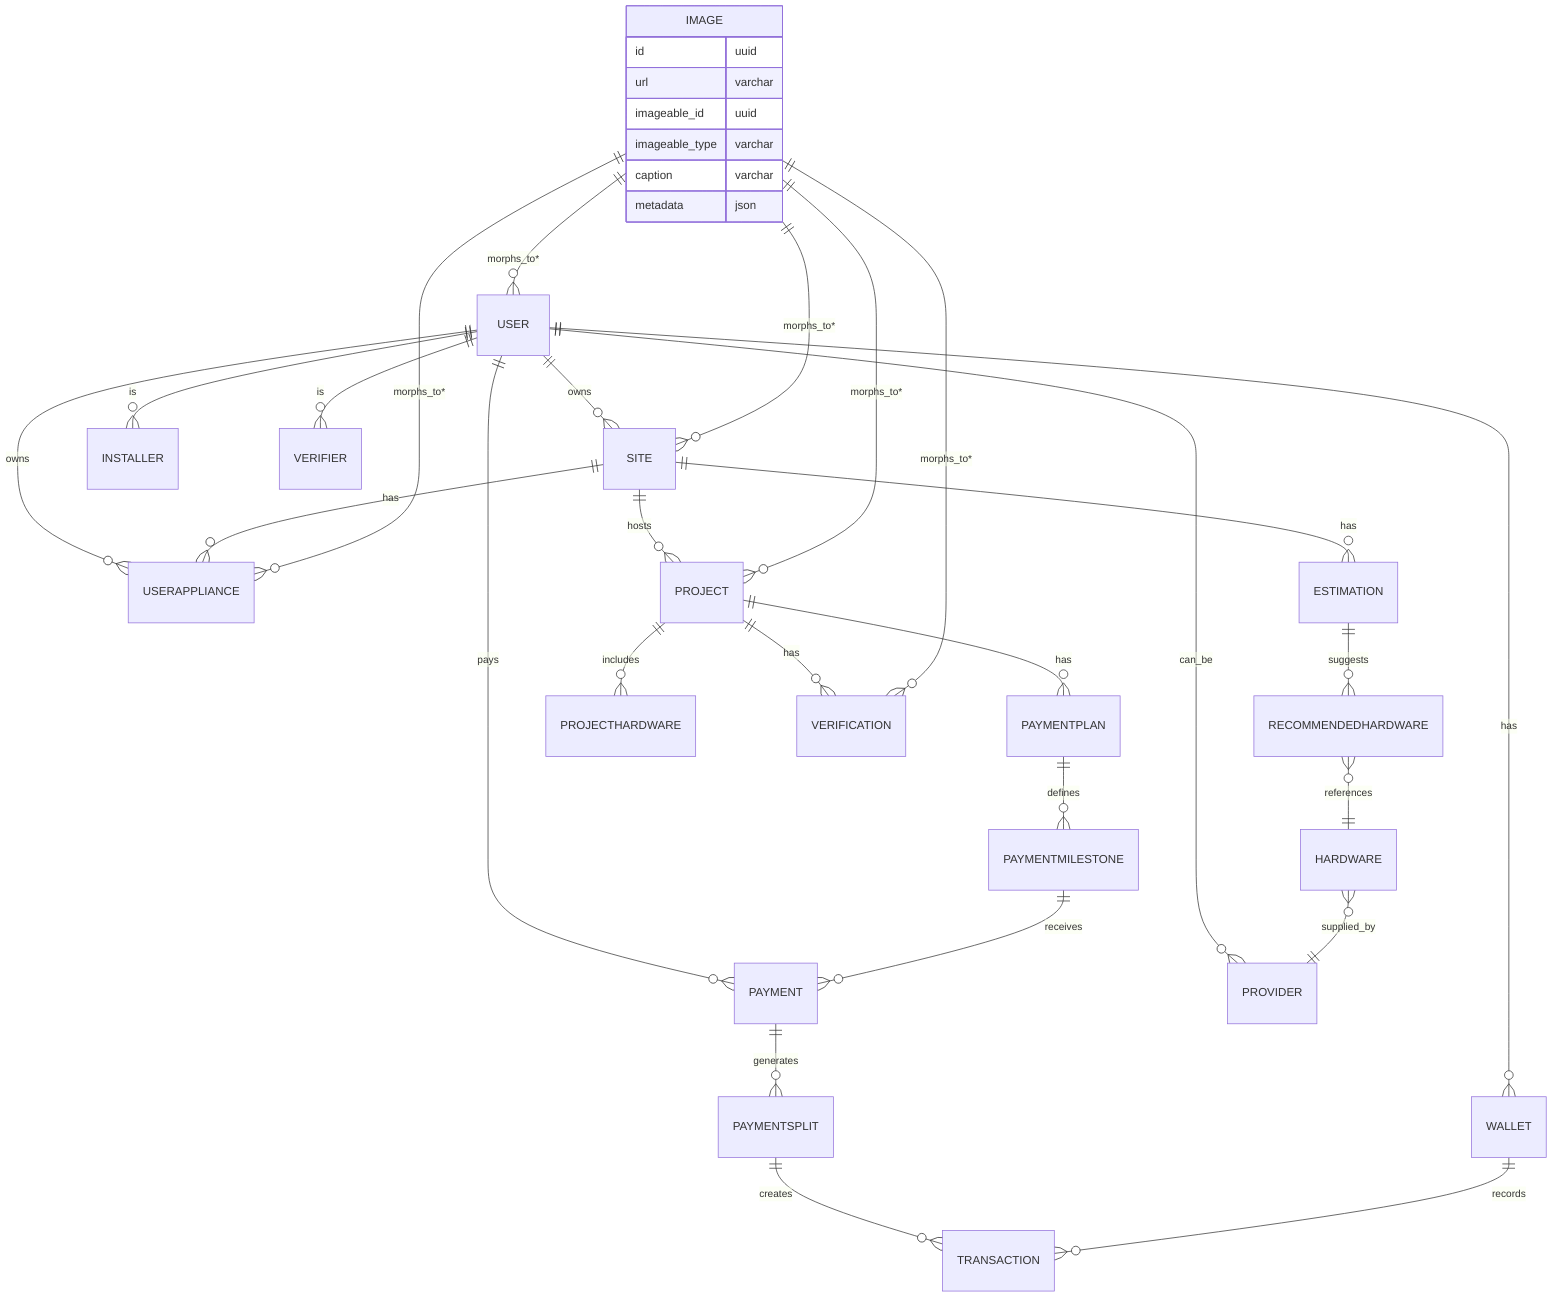
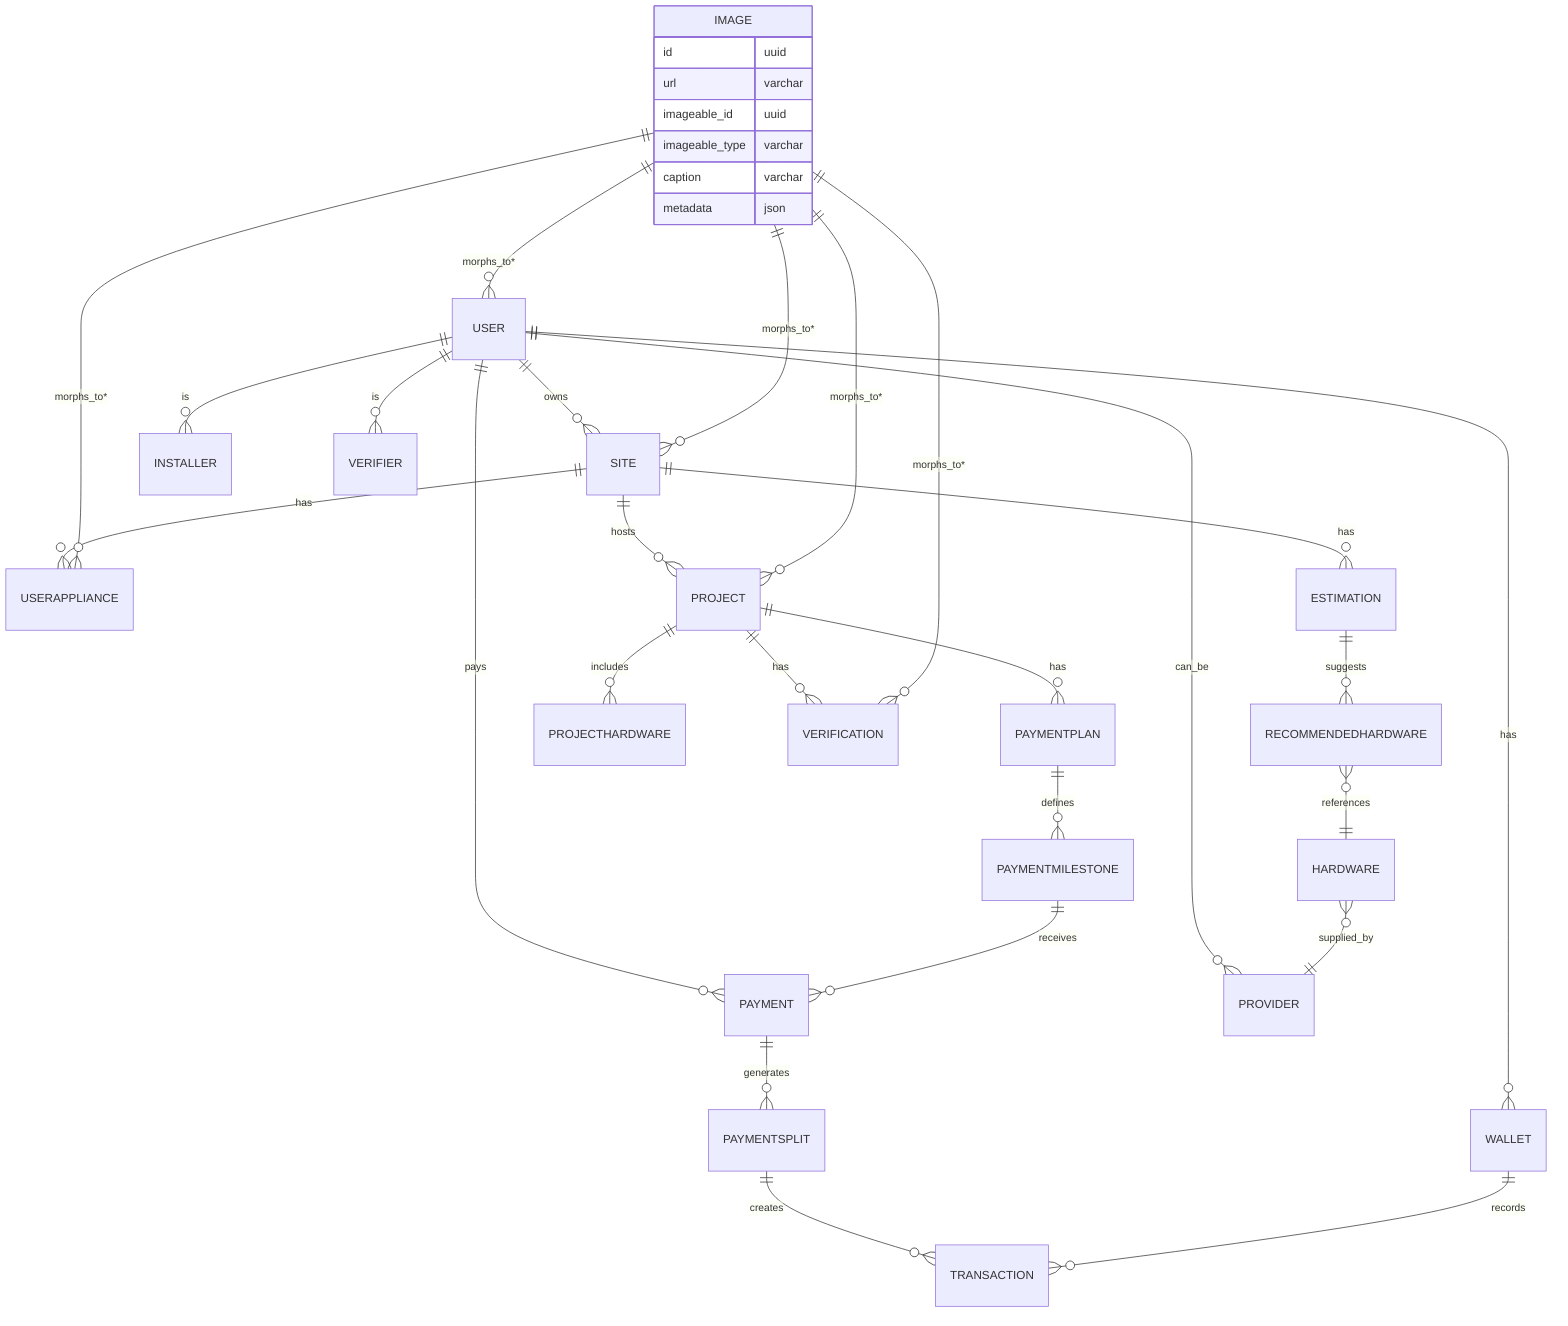
erDiagram
  USER ||--o{ SITE : owns
-   USER ||--o{ USERAPPLIANCE : "owns"
  USER ||--o{ PAYMENT : "pays"
  USER ||--o{ WALLET : "has"
  USER ||--o{ INSTALLER : "is"
  USER ||--o{ VERIFIER : "is"
  USER ||--o{ PROVIDER : "can_be"
  SITE ||--o{ USERAPPLIANCE : "has"
  SITE ||--o{ ESTIMATION : "has"
  SITE ||--o{ PROJECT : "hosts"
  ESTIMATION ||--o{ RECOMMENDEDHARDWARE : "suggests"
  RECOMMENDEDHARDWARE }o--|| HARDWARE : "references"
  HARDWARE }o--|| PROVIDER : "supplied_by"
  PROJECT ||--o{ PROJECTHARDWARE : "includes"
  PROJECT ||--o{ VERIFICATION : "has"
  PROJECT ||--o{ PAYMENTPLAN : "has"
  PAYMENTPLAN ||--o{ PAYMENTMILESTONE : "defines"
  PAYMENTMILESTONE ||--o{ PAYMENT : "receives"
  PAYMENT ||--o{ PAYMENTSPLIT : "generates"
  PAYMENTSPLIT ||--o{ TRANSACTION : "creates"
  WALLET ||--o{ TRANSACTION : "records"

  %% Images polymorphic
  IMAGE {
    id uuid
    url varchar
    imageable_id uuid
    imageable_type varchar
    caption varchar
    metadata json
  }

  IMAGE ||--o{ USER : "morphs_to*"
  IMAGE ||--o{ SITE : "morphs_to*"
  IMAGE ||--o{ USERAPPLIANCE : "morphs_to*"
  IMAGE ||--o{ PROJECT : "morphs_to*"
  IMAGE ||--o{ VERIFICATION : "morphs_to*"
